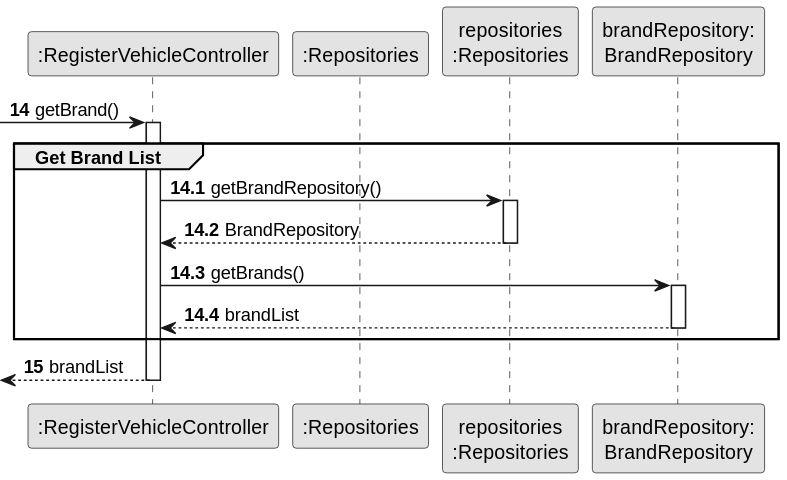
Earlier version of the PlantUML export docs/sprintB/us006/03.design/svg/us006-sequence-diagram-partial-get-brand-list.svg (ricardomm7/leaflink).
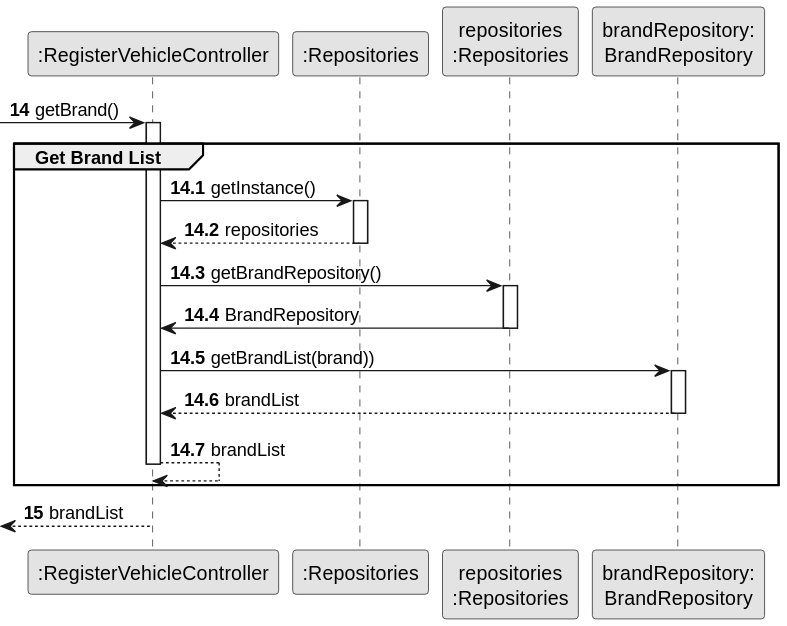
Above is the later version.

The edit, as a diff of the source:
```diff
@@ -19,17 +19,26 @@
 
     group Get Brand List
 
-            CTRL -> PLAT : getBrandRepository()
-            activate PLAT
+            CTRL -> RepositorySingleton : getInstance()
+                            activate RepositorySingleton
 
-            PLAT --> CTRL: BrandRepository
-            deactivate PLAT
+                            RepositorySingleton --> CTRL: repositories
+                            deactivate RepositorySingleton
 
-            CTRL -> BrandRepository : getBrands()
-            activate BrandRepository
+                            CTRL -> PLAT : getBrandRepository()
+                            activate PLAT
 
-            BrandRepository --> CTRL : brandList
-            deactivate BrandRepository
+                            PLAT -> CTRL : BrandRepository
+                            deactivate PLAT
+
+                            CTRL -> BrandRepository : getBrandList(brand))
+                            activate BrandRepository
+
+                            BrandRepository --> CTRL : brandList
+                            deactivate BrandRepository
+
+                            CTRL --> CTRL : brandList
+                            deactivate CTRL
 
     end
     autonumber 15
```
